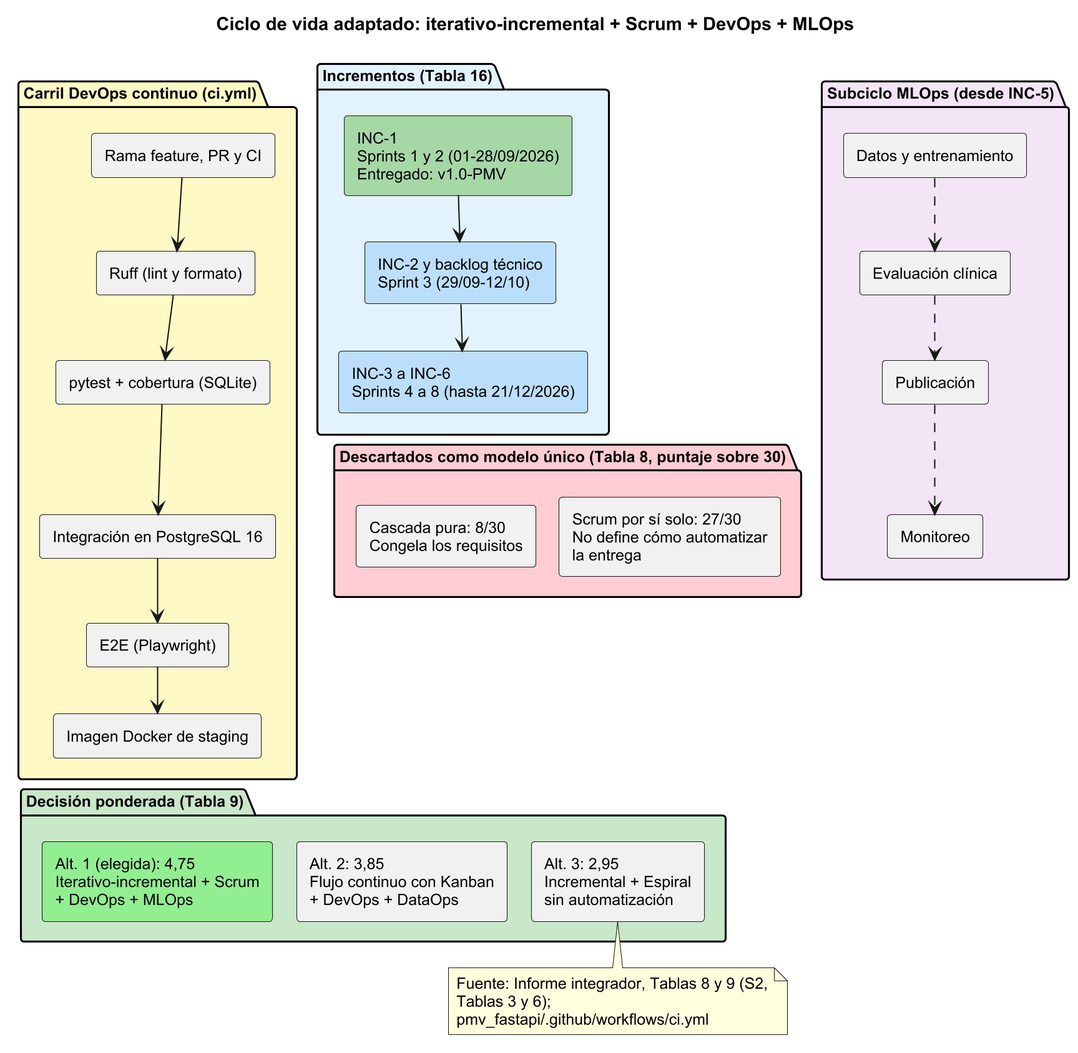
Above: diagramas/png/51_s6_ciclo_vida_tailoring.png in woshtsu/ProcesosSoftwareAnemia (PlantUML), before the change.
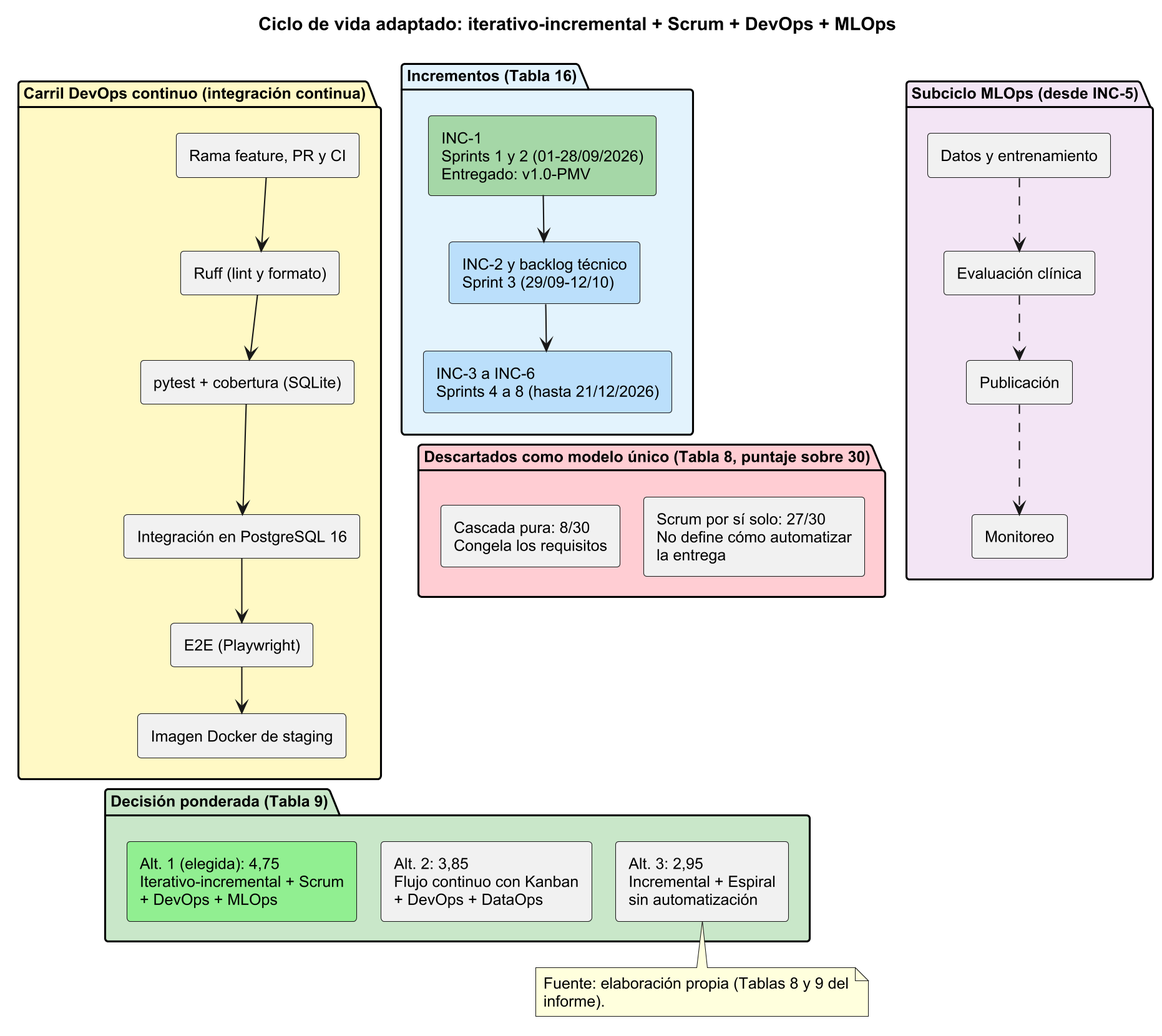
Later version of the same file.

Change to the diagram source:
```diff
@@ -18,7 +18,7 @@
   INC2 --> INC3
 }
 
-package "Carril DevOps continuo (ci.yml)" #FFF9C4 {
+package "Carril DevOps continuo (integración continua)" #FFF9C4 {
   rectangle "Rama feature, PR y CI" as DF1
   rectangle "Ruff (lint y formato)" as DF3
   rectangle "pytest + cobertura (SQLite)" as DF4
@@ -62,7 +62,7 @@
 DF7 -[hidden]down-> DEC1
 
 note bottom
-  Fuente: Informe integrador, Tablas 8 y 9 (S2, Tablas 3 y 6); pmv_fastapi/.github/workflows/ci.yml
+  Fuente: elaboración propia (Tablas 8 y 9 del informe).
 end note
 
 @enduml
```
